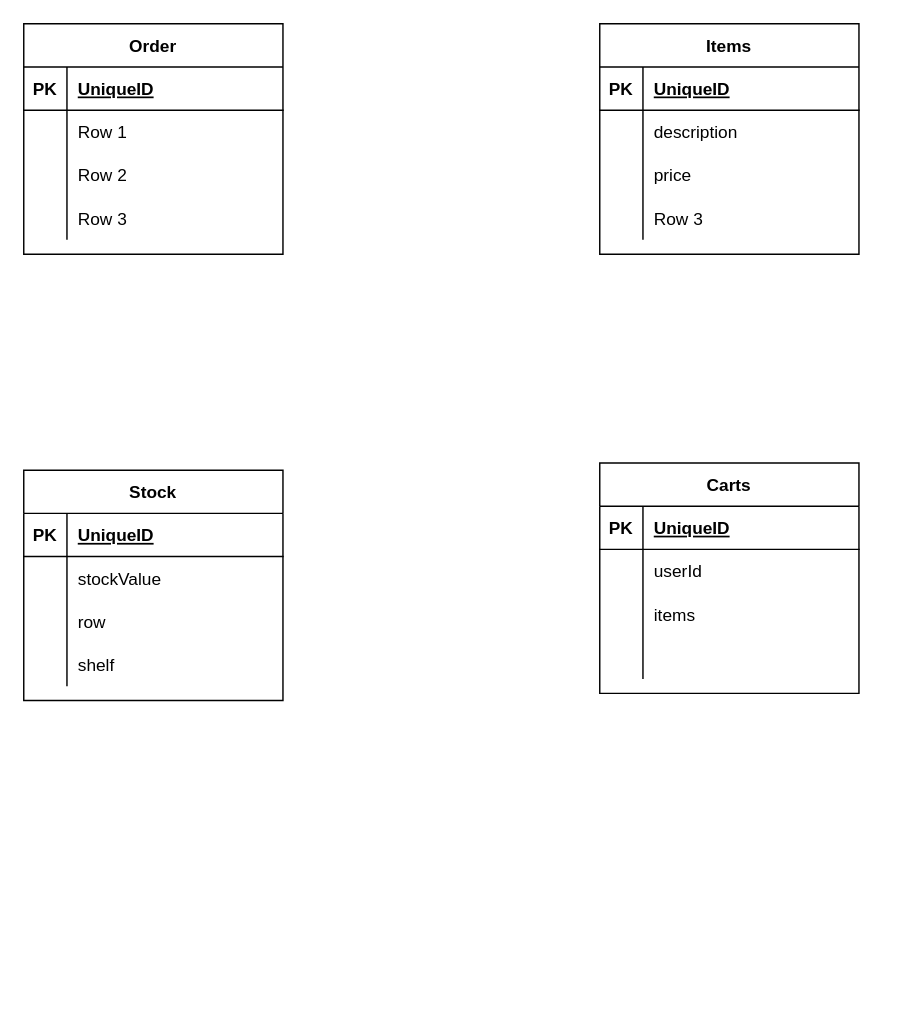
Above: SystemDesign/src/main/resources/Untitled Diagram.drawio in ankurbrdwj/practice (draw.io), before the change. Source tidied: cells renumbered, new cells numbered last; positions are measured from the earlier drawing's top-left corner, leaving out a move shared by most shapes. Both pictures are drawn from the tidied source at 144%, with x=0, y=0 at pixel (23, 23).
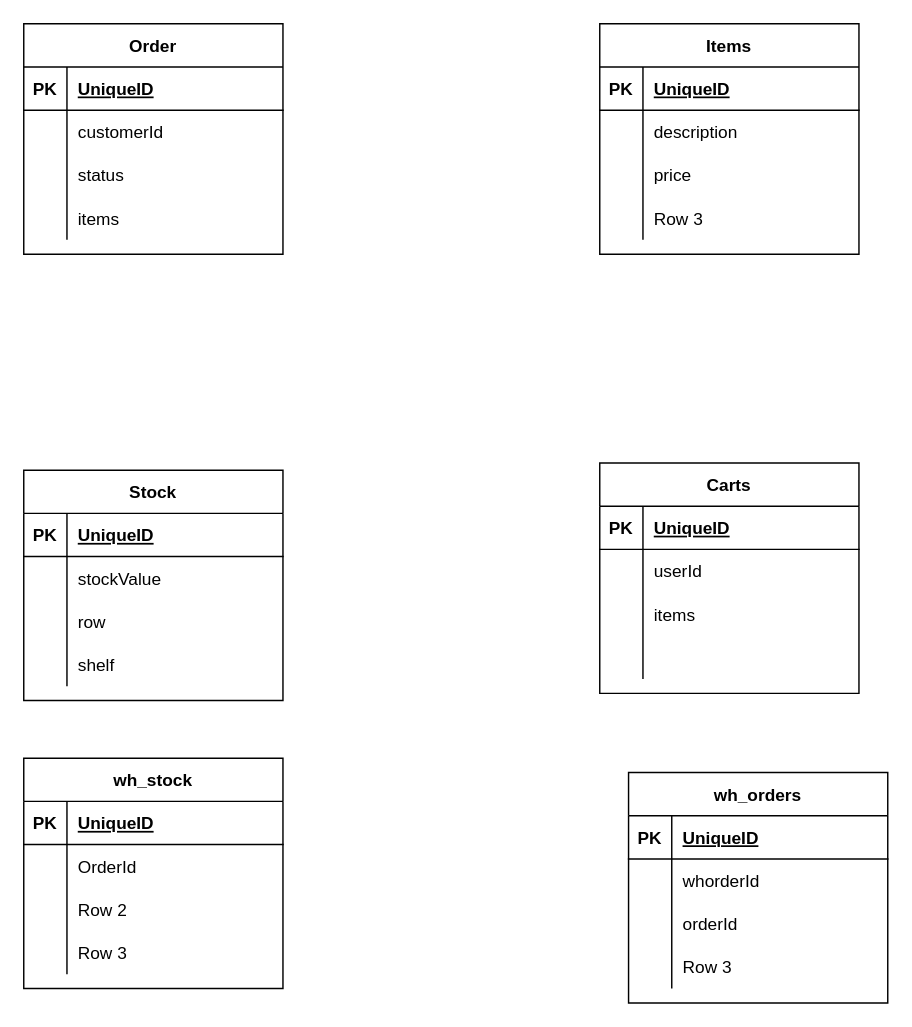
After the change.

The change refers to these unchanged cells:
```xml
<mxCell id="6" style="shape=tableRow;horizontal=0;startSize=0;swimlaneHead=0;swimlaneBody=0;fillColor=none;top=0;left=0;right=0;bottom=0;" parent="2" vertex="1">
  <mxGeometry y="60" width="180" height="30" as="geometry" />
</mxCell>
<mxCell id="9" style="shape=tableRow;horizontal=0;startSize=0;swimlaneHead=0;swimlaneBody=0;fillColor=none;top=0;left=0;right=0;bottom=0;" parent="2" vertex="1">
  <mxGeometry y="90" width="180" height="30" as="geometry" />
</mxCell>
<mxCell id="12" style="shape=tableRow;horizontal=0;startSize=0;swimlaneHead=0;swimlaneBody=0;fillColor=none;top=0;left=0;right=0;bottom=0;" parent="2" vertex="1">
  <mxGeometry y="120" width="180" height="30" as="geometry" />
</mxCell>
```

Diff of the diagram source:
```diff
@@
-    <mxCell id="8" value="Row 1" style="shape=partialRectangle;fillColor=none;top=0;left=0;bottom=0;right=0;align=left;spacingLeft=6;overflow=hidden;" parent="6" vertex="1">
+    <mxCell id="8" value="customerId" style="shape=partialRectangle;fillColor=none;top=0;left=0;bottom=0;right=0;align=left;spacingLeft=6;overflow=hidden;" parent="6" vertex="1">
       <mxGeometry x="30" width="150" height="30" as="geometry" />
     </mxCell>
@@
-    <mxCell id="11" value="Row 2" style="shape=partialRectangle;fillColor=none;top=0;left=0;bottom=0;right=0;align=left;spacingLeft=6;overflow=hidden;" parent="9" vertex="1">
+    <mxCell id="11" value="status" style="shape=partialRectangle;fillColor=none;top=0;left=0;bottom=0;right=0;align=left;spacingLeft=6;overflow=hidden;" parent="9" vertex="1">
       <mxGeometry x="30" width="150" height="30" as="geometry" />
     </mxCell>
@@
-    <mxCell id="14" value="Row 3" style="shape=partialRectangle;fillColor=none;top=0;left=0;bottom=0;right=0;align=left;spacingLeft=6;overflow=hidden;" parent="12" vertex="1">
+    <mxCell id="14" value="items" style="shape=partialRectangle;fillColor=none;top=0;left=0;bottom=0;right=0;align=left;spacingLeft=6;overflow=hidden;" parent="12" vertex="1">
       <mxGeometry x="30" width="150" height="30" as="geometry" />
     </mxCell>
@@
+    <mxCell id="54" value="wh_stock" style="shape=table;startSize=30;childLayout=tableLayout;rowLines=0;fontStyle=1;align=center;" parent="1" vertex="1">
+      <mxGeometry y="510" width="180" height="160" as="geometry" />
+    </mxCell>
+    <mxCell id="55" style="shape=tableRow;horizontal=0;startSize=0;swimlaneHead=0;swimlaneBody=0;fillColor=none;top=0;left=0;right=0;bottom=1;" parent="54" vertex="1">
+      <mxGeometry y="30" width="180" height="30" as="geometry" />
+    </mxCell>
+    <mxCell id="56" value="PK" style="shape=partialRectangle;fillColor=none;top=0;left=0;bottom=0;right=0;fontStyle=1;overflow=hidden;" parent="55" vertex="1">
+      <mxGeometry width="30" height="30" as="geometry" />
+    </mxCell>
+    <mxCell id="57" value="UniqueID" style="shape=partialRectangle;fillColor=none;top=0;left=0;bottom=0;right=0;align=left;spacingLeft=6;fontStyle=5;overflow=hidden;" parent="55" vertex="1">
+      <mxGeometry x="30" width="150" height="30" as="geometry" />
+    </mxCell>
+    <mxCell id="58" style="shape=tableRow;horizontal=0;startSize=0;swimlaneHead=0;swimlaneBody=0;fillColor=none;top=0;left=0;right=0;bottom=0;" parent="54" vertex="1">
+      <mxGeometry y="60" width="180" height="30" as="geometry" />
+    </mxCell>
+    <mxCell id="59" style="shape=partialRectangle;fillColor=none;top=0;left=0;bottom=0;right=0;overflow=hidden;" parent="58" vertex="1">
+      <mxGeometry width="30" height="30" as="geometry" />
+    </mxCell>
+    <mxCell id="60" value="OrderId" style="shape=partialRectangle;fillColor=none;top=0;left=0;bottom=0;right=0;align=left;spacingLeft=6;overflow=hidden;" parent="58" vertex="1">
+      <mxGeometry x="30" width="150" height="30" as="geometry" />
+    </mxCell>
+    <mxCell id="61" style="shape=tableRow;horizontal=0;startSize=0;swimlaneHead=0;swimlaneBody=0;fillColor=none;top=0;left=0;right=0;bottom=0;" parent="54" vertex="1">
+      <mxGeometry y="90" width="180" height="30" as="geometry" />
+    </mxCell>
+    <mxCell id="62" style="shape=partialRectangle;fillColor=none;top=0;left=0;bottom=0;right=0;overflow=hidden;" parent="61" vertex="1">
+      <mxGeometry width="30" height="30" as="geometry" />
+    </mxCell>
+    <mxCell id="63" value="Row 2" style="shape=partialRectangle;fillColor=none;top=0;left=0;bottom=0;right=0;align=left;spacingLeft=6;overflow=hidden;" parent="61" vertex="1">
+      <mxGeometry x="30" width="150" height="30" as="geometry" />
+    </mxCell>
+    <mxCell id="64" style="shape=tableRow;horizontal=0;startSize=0;swimlaneHead=0;swimlaneBody=0;fillColor=none;top=0;left=0;right=0;bottom=0;" parent="54" vertex="1">
+      <mxGeometry y="120" width="180" height="30" as="geometry" />
+    </mxCell>
+    <mxCell id="65" style="shape=partialRectangle;fillColor=none;top=0;left=0;bottom=0;right=0;overflow=hidden;" parent="64" vertex="1">
+      <mxGeometry width="30" height="30" as="geometry" />
+    </mxCell>
+    <mxCell id="66" value="Row 3" style="shape=partialRectangle;fillColor=none;top=0;left=0;bottom=0;right=0;align=left;spacingLeft=6;overflow=hidden;" parent="64" vertex="1">
+      <mxGeometry x="30" width="150" height="30" as="geometry" />
+    </mxCell>
+    <mxCell id="67" value="wh_orders" style="shape=table;startSize=30;childLayout=tableLayout;rowLines=0;fontStyle=1;align=center;" parent="1" vertex="1">
+      <mxGeometry x="420" y="520" width="180" height="160" as="geometry" />
+    </mxCell>
+    <mxCell id="68" style="shape=tableRow;horizontal=0;startSize=0;swimlaneHead=0;swimlaneBody=0;fillColor=none;top=0;left=0;right=0;bottom=1;" parent="67" vertex="1">
+      <mxGeometry y="30" width="180" height="30" as="geometry" />
+    </mxCell>
+    <mxCell id="69" value="PK" style="shape=partialRectangle;fillColor=none;top=0;left=0;bottom=0;right=0;fontStyle=1;overflow=hidden;" parent="68" vertex="1">
+      <mxGeometry width="30" height="30" as="geometry" />
+    </mxCell>
+    <mxCell id="70" value="UniqueID" style="shape=partialRectangle;fillColor=none;top=0;left=0;bottom=0;right=0;align=left;spacingLeft=6;fontStyle=5;overflow=hidden;" parent="68" vertex="1">
+      <mxGeometry x="30" width="150" height="30" as="geometry" />
+    </mxCell>
+    <mxCell id="71" style="shape=tableRow;horizontal=0;startSize=0;swimlaneHead=0;swimlaneBody=0;fillColor=none;top=0;left=0;right=0;bottom=0;" parent="67" vertex="1">
+      <mxGeometry y="60" width="180" height="30" as="geometry" />
+    </mxCell>
+    <mxCell id="72" style="shape=partialRectangle;fillColor=none;top=0;left=0;bottom=0;right=0;overflow=hidden;" parent="71" vertex="1">
+      <mxGeometry width="30" height="30" as="geometry" />
+    </mxCell>
+    <mxCell id="73" value="whorderId" style="shape=partialRectangle;fillColor=none;top=0;left=0;bottom=0;right=0;align=left;spacingLeft=6;overflow=hidden;" parent="71" vertex="1">
+      <mxGeometry x="30" width="150" height="30" as="geometry" />
+    </mxCell>
+    <mxCell id="74" style="shape=tableRow;horizontal=0;startSize=0;swimlaneHead=0;swimlaneBody=0;fillColor=none;top=0;left=0;right=0;bottom=0;" parent="67" vertex="1">
+      <mxGeometry y="90" width="180" height="30" as="geometry" />
+    </mxCell>
+    <mxCell id="75" style="shape=partialRectangle;fillColor=none;top=0;left=0;bottom=0;right=0;overflow=hidden;" parent="74" vertex="1">
+      <mxGeometry width="30" height="30" as="geometry" />
+    </mxCell>
+    <mxCell id="76" value="orderId" style="shape=partialRectangle;fillColor=none;top=0;left=0;bottom=0;right=0;align=left;spacingLeft=6;overflow=hidden;" parent="74" vertex="1">
+      <mxGeometry x="30" width="150" height="30" as="geometry" />
+    </mxCell>
+    <mxCell id="77" style="shape=tableRow;horizontal=0;startSize=0;swimlaneHead=0;swimlaneBody=0;fillColor=none;top=0;left=0;right=0;bottom=0;" parent="67" vertex="1">
+      <mxGeometry y="120" width="180" height="30" as="geometry" />
+    </mxCell>
+    <mxCell id="78" style="shape=partialRectangle;fillColor=none;top=0;left=0;bottom=0;right=0;overflow=hidden;" parent="77" vertex="1">
+      <mxGeometry width="30" height="30" as="geometry" />
+    </mxCell>
+    <mxCell id="79" value="Row 3" style="shape=partialRectangle;fillColor=none;top=0;left=0;bottom=0;right=0;align=left;spacingLeft=6;overflow=hidden;" parent="77" vertex="1">
+      <mxGeometry x="30" width="150" height="30" as="geometry" />
+    </mxCell>
```
